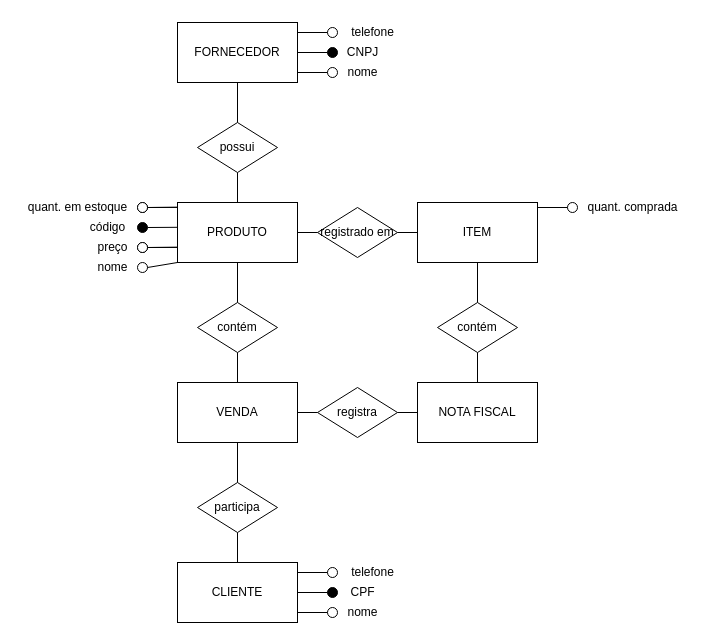
This is COMERCIO.drawio from pedrOfsilveira/BD-2023, a draw.io file, before an edit. Source tidied: cells renumbered, new cells numbered last; positions are measured from the earlier drawing's top-left corner, leaving out a move shared by most shapes. Both pictures are drawn from the tidied source at 100%, with x=0, y=0 at pixel (17, 17).
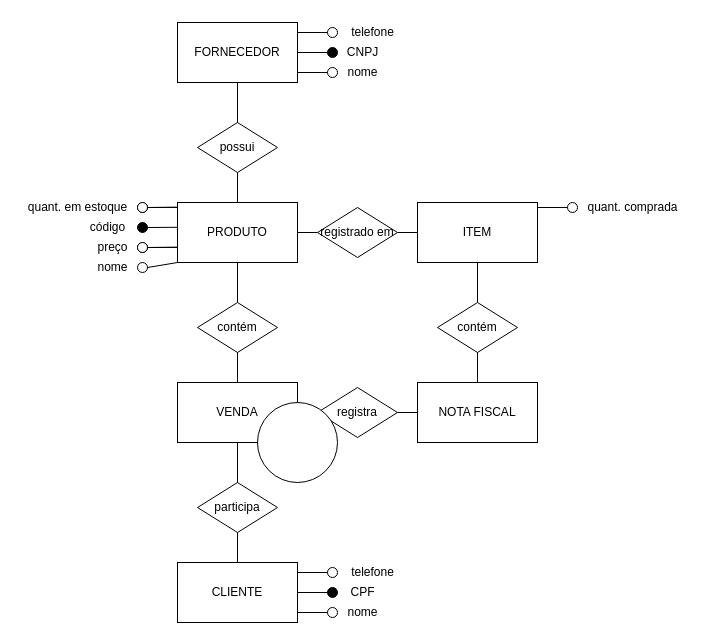
Above is the later version.

Diff of the diagram source:
```diff
@@
+    <mxCell id="65" style="ellipse;whiteSpace=wrap;html=1;" parent="1" vertex="1">
+      <mxGeometry x="240" y="385" width="80" height="80" as="geometry" />
+    </mxCell>
```
